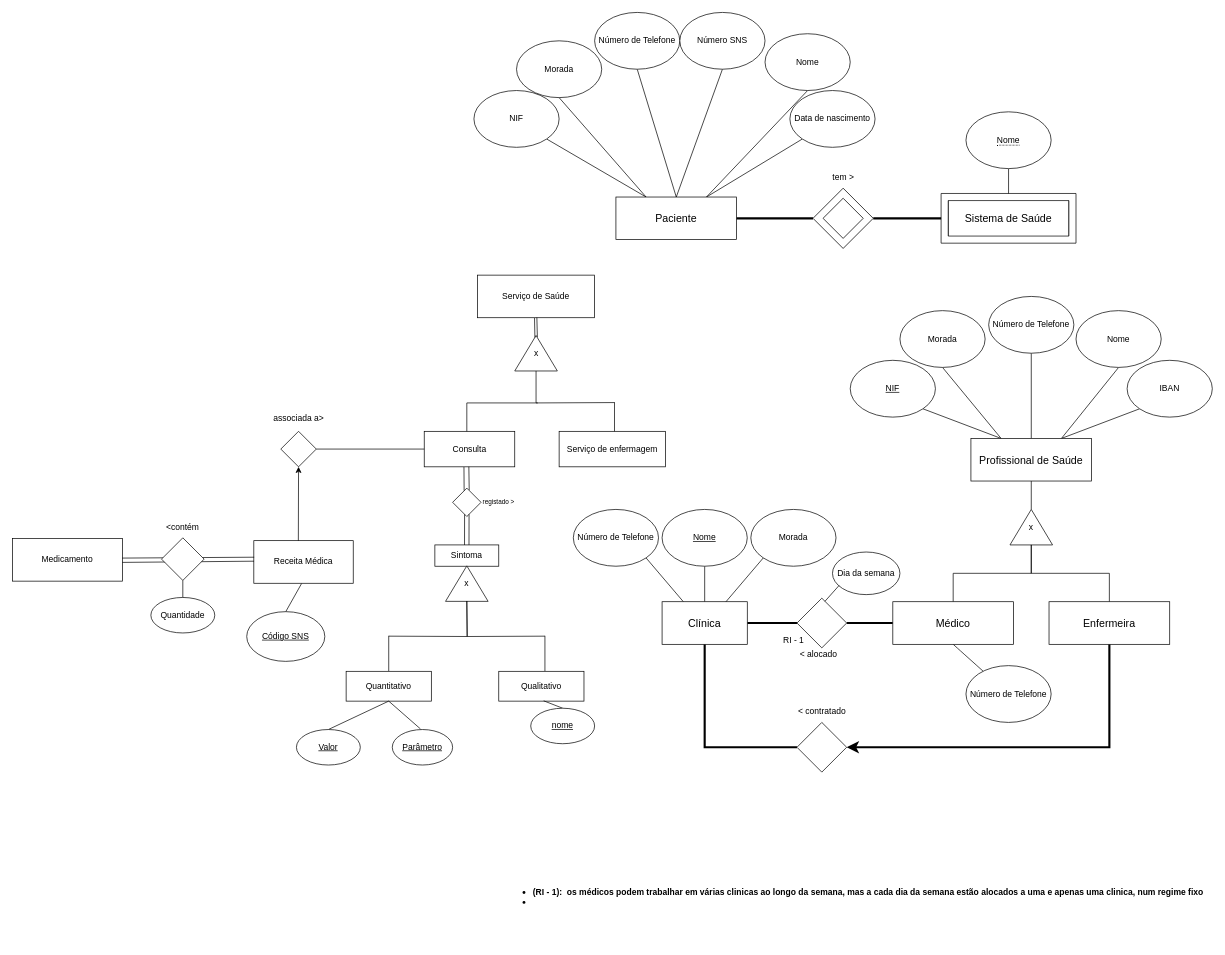
Earlier version of the draw.io diagram page "Page-1" (1 of 2) of diagrams/modelo_EA.drawio (Zane-dev16/BD-projeto-E1). Source tidied: cells renumbered, new cells numbered last; positions are measured from the earlier drawing's top-left corner, leaving out a move shared by most shapes. Both pictures are drawn from the tidied source at 71%, with x=0, y=0 at pixel (12, 12).
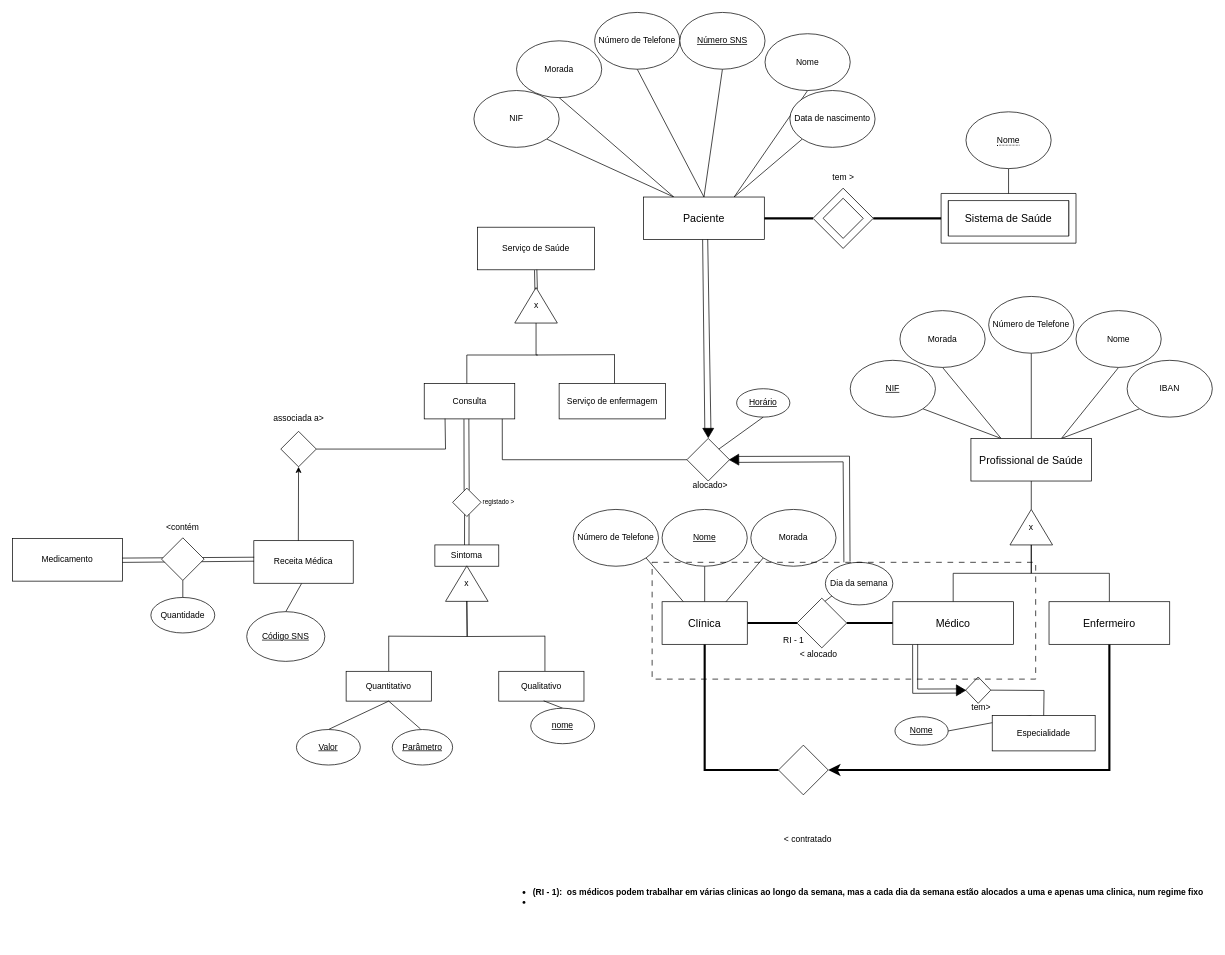
After the change.

The change refers to these unchanged cells:
```xml
<mxCell id="19" value="&lt;span style=&quot;font-size: 15px;&quot;&gt;Médico&lt;/span&gt;" style="rounded=0;whiteSpace=wrap;html=1;labelBackgroundColor=none;" parent="1" vertex="1">
  <mxGeometry x="1240" y="830" width="170" height="60" as="geometry" />
</mxCell>
<mxCell id="70" value="Consulta" style="rounded=0;whiteSpace=wrap;html=1;" parent="61" vertex="1">
  <mxGeometry y="220" width="127.5" height="50" as="geometry" />
</mxCell>
<mxCell id="82" style="rhombus;whiteSpace=wrap;html=1;" parent="1" vertex="1">
  <mxGeometry x="378" y="590" width="50" height="50" as="geometry" />
</mxCell>
```

What changed in the source:
```diff
@@
-    <mxCell id="18" style="edgeStyle=none;curved=1;rounded=0;jettySize=auto;html=1;exitX=0.5;exitY=1;exitDx=0;exitDy=0;fontSize=12;startSize=8;endSize=8;endArrow=none;endFill=0;" parent="1" edge="1" source="19" target="56">
-      <mxGeometry relative="1" as="geometry" />
-    </mxCell>
@@
-    <mxCell id="22" value="&lt;span style=&quot;font-size: 15px;&quot;&gt;Enfermeira&lt;/span&gt;" style="rounded=0;whiteSpace=wrap;html=1;labelBackgroundColor=none;" parent="1" vertex="1">
+    <mxCell id="22" value="&lt;span style=&quot;font-size: 15px;&quot;&gt;Enfermeiro&lt;/span&gt;" style="rounded=0;whiteSpace=wrap;html=1;labelBackgroundColor=none;" parent="1" vertex="1">
       <mxGeometry x="1460" y="830" width="170" height="60" as="geometry" />
     </mxCell>
@@
     <mxCell id="32" style="rhombus;whiteSpace=wrap;html=1;labelBackgroundColor=none;" parent="1" vertex="1">
-      <mxGeometry x="1105" y="1000" width="70" height="70" as="geometry" />
+      <mxGeometry x="1079" y="1032" width="70" height="70" as="geometry" />
     </mxCell>
@@
     <mxCell id="34" value="&amp;lt; contratado" style="text;html=1;align=center;verticalAlign=middle;strokeColor=none;fillColor=none;labelBackgroundColor=none;" parent="1" vertex="1">
-      <mxGeometry x="1095" y="970" width="90" height="30" as="geometry" />
+      <mxGeometry x="1075" y="1150" width="90" height="30" as="geometry" />
     </mxCell>
@@
     <mxCell id="42" value="&lt;span style=&quot;font-size: 15px;&quot;&gt;Paciente&lt;/span&gt;" style="rounded=0;whiteSpace=wrap;html=1;labelBackgroundColor=none;" parent="1" vertex="1">
-      <mxGeometry x="850" y="260" width="170" height="60" as="geometry" />
+      <mxGeometry x="889" y="260" width="170" height="60" as="geometry" />
     </mxCell>
@@
-    <mxCell id="49" value="Número SNS" style="ellipse;whiteSpace=wrap;html=1;labelBackgroundColor=none;" parent="1" vertex="1">
+    <mxCell id="49" value="&lt;u&gt;Número SNS&lt;/u&gt;" style="ellipse;whiteSpace=wrap;html=1;labelBackgroundColor=none;" parent="1" vertex="1">
       <mxGeometry x="940" width="120" height="80" as="geometry" />
     </mxCell>
@@
-    <mxCell id="56" value="Número de Telefone" style="ellipse;whiteSpace=wrap;html=1;labelBackgroundColor=none;" parent="1" vertex="1">
-      <mxGeometry x="1343" y="920" width="120" height="80" as="geometry" />
-    </mxCell>
@@
     <mxCell id="59" value="Dia da semana" style="ellipse;whiteSpace=wrap;html=1;" parent="1" vertex="1">
-      <mxGeometry x="1155" y="760" width="95" height="60" as="geometry" />
+      <mxGeometry x="1145" y="774.5" width="95" height="60" as="geometry" />
     </mxCell>
@@
     <mxCell id="61" style="group;" parent="1" vertex="1">
-      <mxGeometry x="580" y="370" width="340" height="275" as="geometry" />
+      <mxGeometry x="580" y="302.5" width="340" height="275" as="geometry" />
     </mxCell>
@@
-    <mxCell id="84" style="endArrow=none;html=1;rounded=0;exitX=1;exitY=0.5;exitDx=0;exitDy=0;entryX=0;entryY=0.5;entryDx=0;entryDy=0;" parent="1" edge="1" source="82" target="70">
-      <mxGeometry relative="1" as="geometry" />
+    <mxCell id="84" style="endArrow=none;html=1;rounded=0;exitX=1;exitY=0.5;exitDx=0;exitDy=0;entryX=0.23;entryY=0.994;entryDx=0;entryDy=0;entryPerimeter=0;" parent="1" edge="1" source="82" target="70">
+      <mxGeometry relative="1" as="geometry">
+        <Array as="points">
+          <mxPoint x="610" y="615" />
+        </Array>
+      </mxGeometry>
     </mxCell>
@@
+    <mxCell id="108" style="rhombus;whiteSpace=wrap;html=1;" parent="1" vertex="1">
+      <mxGeometry x="1342.5" y="936" width="35.5" height="37.1" as="geometry" />
+    </mxCell>
+    <mxCell id="109" value="tem&amp;gt;" style="text;html=1;align=center;verticalAlign=middle;whiteSpace=wrap;rounded=0;" parent="1" vertex="1">
+      <mxGeometry x="1342" y="970.1" width="45" height="17" as="geometry" />
+    </mxCell>
+    <mxCell id="110" style="endArrow=none;html=1;rounded=0;exitX=0.5;exitY=1;exitDx=0;exitDy=0;entryX=0.164;entryY=1.014;entryDx=0;entryDy=0;entryPerimeter=0;" parent="1" edge="1" source="128" target="19">
+      <mxGeometry relative="1" as="geometry">
+        <Array as="points">
+          <mxPoint x="1268" y="959" />
+        </Array>
+      </mxGeometry>
+    </mxCell>
+    <mxCell id="111" style="endArrow=none;html=1;rounded=0;entryX=0.494;entryY=0.999;entryDx=0;entryDy=0;entryPerimeter=0;exitX=0.708;exitY=0.371;exitDx=0;exitDy=0;exitPerimeter=0;" parent="1" edge="1" source="128">
+      <mxGeometry relative="1" as="geometry">
+        <mxPoint x="1275" y="889.9" as="targetPoint" />
+        <Array as="points">
+          <mxPoint x="1275" y="953" />
+        </Array>
+      </mxGeometry>
+    </mxCell>
+    <mxCell id="112" value="&lt;u&gt;Nome&lt;/u&gt;" style="ellipse;whiteSpace=wrap;html=1;" parent="1" vertex="1">
+      <mxGeometry x="1243" y="992" width="75" height="40" as="geometry" />
+    </mxCell>
+    <mxCell id="113" style="endArrow=none;html=1;rounded=0;exitX=0.5;exitY=1;exitDx=0;exitDy=0;entryX=1;entryY=0.5;entryDx=0;entryDy=0;" parent="1" edge="1" target="112">
+      <mxGeometry relative="1" as="geometry">
+        <mxPoint x="1435" y="990.1" as="sourcePoint" />
+      </mxGeometry>
+    </mxCell>
+    <mxCell id="114" style="rounded=0;whiteSpace=wrap;html=1;fillColor=none;dashed=1;dashPattern=8 8;" parent="1" vertex="1">
+      <mxGeometry x="901" y="774.5" width="540.2" height="164.5" as="geometry" />
+    </mxCell>
+    <mxCell id="115" style="endArrow=none;html=1;rounded=0;exitX=0.516;exitY=-0.008;exitDx=0;exitDy=0;exitPerimeter=0;entryX=0.085;entryY=0.796;entryDx=0;entryDy=0;entryPerimeter=0;" parent="1" edge="1" source="114" target="118">
+      <mxGeometry relative="1" as="geometry">
+        <Array as="points">
+          <mxPoint x="1179" y="625" />
+        </Array>
+      </mxGeometry>
+    </mxCell>
+    <mxCell id="116" style="rhombus;whiteSpace=wrap;html=1;" parent="1" vertex="1">
+      <mxGeometry x="950" y="600" width="60" height="60" as="geometry" />
+    </mxCell>
+    <mxCell id="117" style="endArrow=none;html=1;rounded=0;exitX=0.5;exitY=0;exitDx=0;exitDy=0;entryX=0;entryY=0.25;entryDx=0;entryDy=0;" parent="1" edge="1" source="114" target="118">
+      <mxGeometry relative="1" as="geometry">
+        <Array as="points">
+          <mxPoint x="1170" y="633" />
+        </Array>
+      </mxGeometry>
+    </mxCell>
+    <mxCell id="118" style="triangle;whiteSpace=wrap;html=1;rotation=-181;fillColor=#000000;" parent="1" vertex="1">
+      <mxGeometry x="1010" y="622.3" width="13" height="15.4" as="geometry" />
+    </mxCell>
+    <mxCell id="119" style="endArrow=none;html=1;rounded=0;exitX=0.176;exitY=0.812;exitDx=0;exitDy=0;exitPerimeter=0;entryX=0.489;entryY=1.001;entryDx=0;entryDy=0;entryPerimeter=0;" parent="1" edge="1" source="121" target="42">
+      <mxGeometry relative="1" as="geometry" />
+    </mxCell>
+    <mxCell id="120" style="endArrow=none;html=1;rounded=0;exitX=0.195;exitY=0.252;exitDx=0;exitDy=0;exitPerimeter=0;entryX=0.531;entryY=0.992;entryDx=0;entryDy=0;entryPerimeter=0;" parent="1" edge="1" source="121" target="42">
+      <mxGeometry relative="1" as="geometry" />
+    </mxCell>
+    <mxCell id="121" style="triangle;whiteSpace=wrap;html=1;rotation=90;fillColor=#000000;" parent="1" vertex="1">
+      <mxGeometry x="973.5" y="584.6" width="13" height="15.4" as="geometry" />
+    </mxCell>
+    <mxCell id="122" style="endArrow=none;html=1;rounded=0;exitX=0;exitY=0.5;exitDx=0;exitDy=0;entryX=0.862;entryY=1;entryDx=0;entryDy=0;entryPerimeter=0;" parent="1" edge="1" source="116" target="70">
+      <mxGeometry relative="1" as="geometry">
+        <Array as="points">
+          <mxPoint x="690" y="630" />
+        </Array>
+      </mxGeometry>
+    </mxCell>
+    <mxCell id="123" value="alocado&amp;gt;" style="text;html=1;align=center;verticalAlign=middle;whiteSpace=wrap;rounded=0;" parent="1" vertex="1">
+      <mxGeometry x="953" y="651" width="60" height="30" as="geometry" />
+    </mxCell>
+    <mxCell id="124" value="&lt;u&gt;Horário&lt;/u&gt;" style="ellipse;whiteSpace=wrap;html=1;" parent="1" vertex="1">
+      <mxGeometry x="1020" y="530" width="75" height="40" as="geometry" />
+    </mxCell>
+    <mxCell id="125" style="endArrow=none;html=1;rounded=0;entryX=0.5;entryY=1;entryDx=0;entryDy=0;exitX=1;exitY=0;exitDx=0;exitDy=0;" parent="1" edge="1" source="116" target="124">
+      <mxGeometry relative="1" as="geometry" />
+    </mxCell>
+    <mxCell id="126" value="Especialidade" style="rounded=0;whiteSpace=wrap;html=1;" parent="1" vertex="1">
+      <mxGeometry x="1380" y="990.1" width="145" height="50" as="geometry" />
+    </mxCell>
+    <mxCell id="127" style="endArrow=none;html=1;rounded=0;entryX=1;entryY=0.5;entryDx=0;entryDy=0;exitX=0.5;exitY=0;exitDx=0;exitDy=0;" parent="1" edge="1" source="126" target="108">
+      <mxGeometry relative="1" as="geometry">
+        <Array as="points">
+          <mxPoint x="1453" y="955" />
+        </Array>
+      </mxGeometry>
+    </mxCell>
+    <mxCell id="128" style="triangle;whiteSpace=wrap;html=1;rotation=0;fillColor=#000000;" parent="1" vertex="1">
+      <mxGeometry x="1329.5" y="947.1" width="13" height="15.4" as="geometry" />
+    </mxCell>
```
